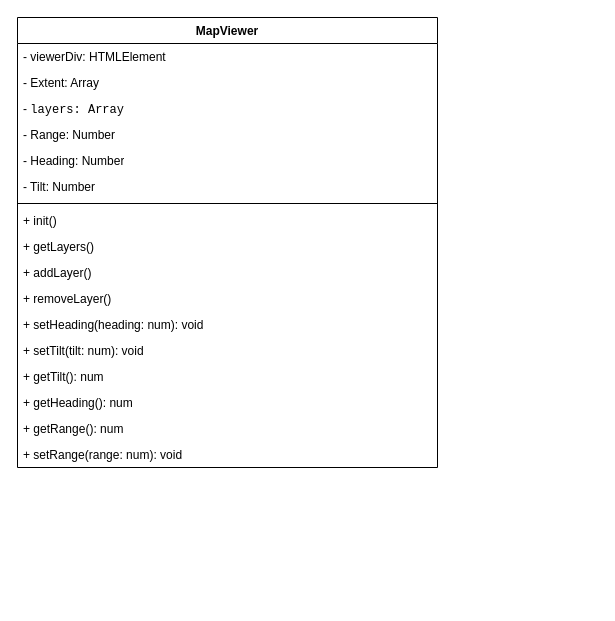
IlonaBaran/oracles keeps this draw.io diagram as page "diagramme_classe" (2 of 6) of UML_diagrams.drawio. Above is the earlier version. Source tidied: cells renumbered, new cells numbered last; positions are measured from the earlier drawing's top-left corner, leaving out a move shared by most shapes. Both pictures are drawn from the tidied source at 100%, with x=0, y=0 at pixel (17, 17).
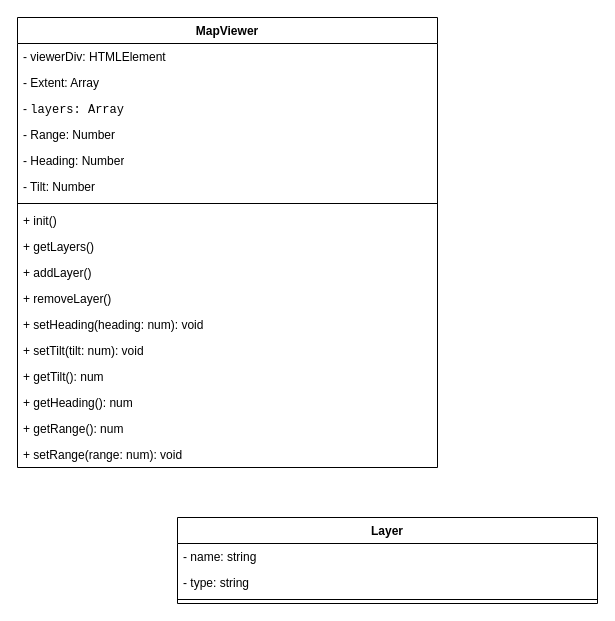
The same diagram, later.

Diff of the diagram source:
```diff
@@
+    <mxCell id="20" value="Layer" style="swimlane;fontStyle=1;align=center;verticalAlign=top;horizontal=1;startSize=26;whiteSpace=wrap;html=1;" parent="1" vertex="1">
+      <mxGeometry x="160" y="500" width="420" height="86" as="geometry" />
+    </mxCell>
+    <mxCell id="21" value="- name: string" style="text;strokeColor=none;fillColor=none;align=left;verticalAlign=top;spacingLeft=4;spacingRight=4;overflow=hidden;whiteSpace=wrap;html=1;" parent="20" vertex="1">
+      <mxGeometry y="26" width="420" height="26" as="geometry" />
+    </mxCell>
+    <mxCell id="22" value="- type: string" style="text;strokeColor=none;fillColor=none;align=left;verticalAlign=top;spacingLeft=4;spacingRight=4;overflow=hidden;whiteSpace=wrap;html=1;" parent="20" vertex="1">
+      <mxGeometry y="52" width="420" height="26" as="geometry" />
+    </mxCell>
+    <mxCell id="23" style="line;strokeWidth=1;fillColor=none;align=left;verticalAlign=middle;spacingTop=-1;spacingLeft=3;spacingRight=3;labelPosition=right;strokeColor=inherit;" parent="20" vertex="1">
+      <mxGeometry y="78" width="420" height="8" as="geometry" />
+    </mxCell>
```
